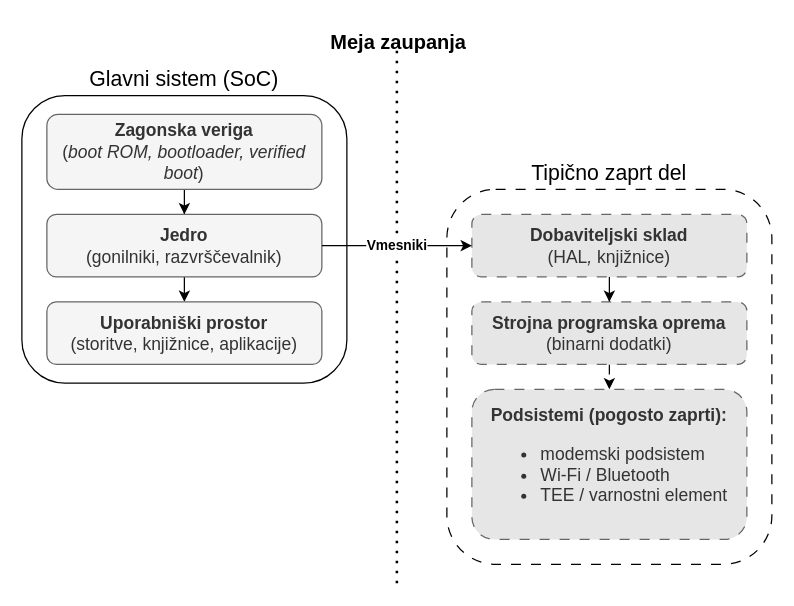
This is drawio/arhitektura_telefona.drawio from zeko9381/diplomska, a draw.io file, before an edit. Source tidied: cells renumbered, new cells numbered last; positions are measured from the earlier drawing's top-left corner, leaving out a move shared by most shapes. Both pictures are drawn from the tidied source at 125%, with x=0, y=0 at pixel (21, 45).
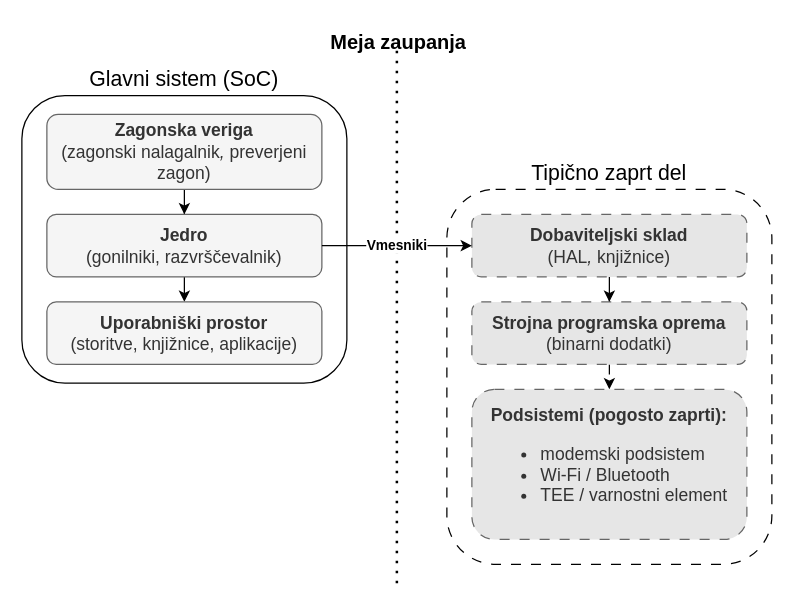
After the change.

The change refers to these unchanged cells:
```xml
<mxCell id="12" style="group;fontFamily=Helvetica;" parent="1" vertex="1">
  <mxGeometry y="40" width="260" height="230" as="geometry" />
</mxCell>
```

Change to the diagram source:
```diff
@@
-    <mxCell id="15" value="&lt;div&gt;&lt;font&gt;&lt;b&gt;Zagonska veriga&lt;/b&gt;&lt;/font&gt;&lt;/div&gt;&lt;div&gt;&lt;font&gt;(&lt;i&gt;boot ROM, bootloader, verified boot&lt;/i&gt;)&lt;/font&gt;&lt;/div&gt;" style="rounded=1;whiteSpace=wrap;html=1;fillStyle=auto;fillColor=#f5f5f5;fontColor=#333333;strokeColor=#666666;fontSize=14;fontFamily=Helvetica;" parent="12" vertex="1">
+    <mxCell id="15" value="&lt;div&gt;&lt;font&gt;&lt;b&gt;Zagonska veriga&lt;/b&gt;&lt;/font&gt;&lt;/div&gt;&lt;div&gt;&lt;font&gt;(zagonski nalagalnik&lt;i&gt;, &lt;/i&gt;preverjeni zagon)&lt;/font&gt;&lt;/div&gt;" style="rounded=1;whiteSpace=wrap;html=1;fillStyle=auto;fillColor=#f5f5f5;fontColor=#333333;strokeColor=#666666;fontSize=14;fontFamily=Helvetica;" parent="12" vertex="1">
       <mxGeometry x="20" y="15" width="220" height="60" as="geometry" />
     </mxCell>
```
